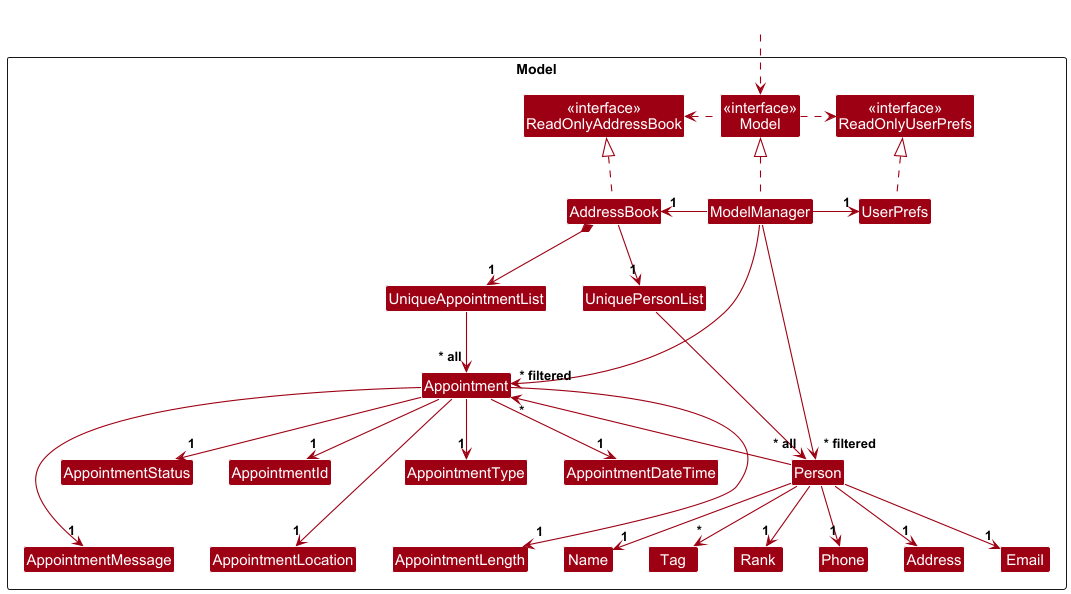
Dumboiroy/tp keeps this PlantUML diagram as docs/images/ModelClassDiagram.png. Above is the earlier version. Its source is kept beside it as docs/diagrams/ModelClassDiagram.puml.
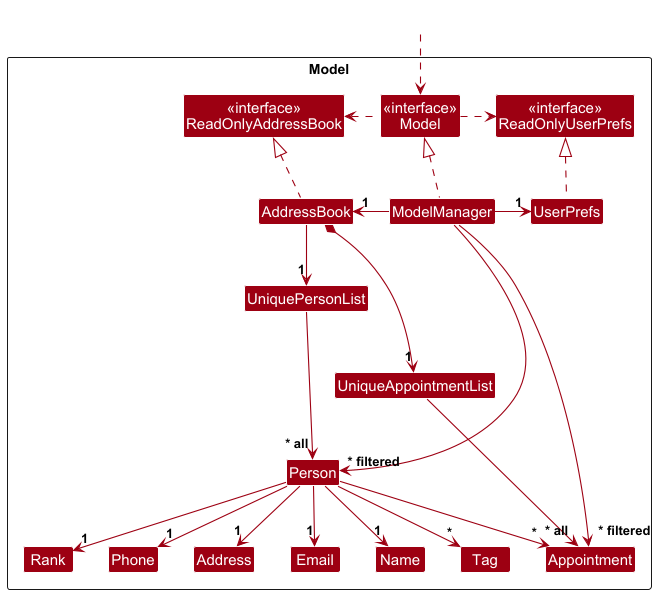
After the change.

What changed in the source:
```diff
@@ -23,13 +23,6 @@
 
 Class UniqueAppointmentList
 Class Appointment
-Class AppointmentId
-Class AppointmentDateTime
-Class AppointmentLength
-Class AppointmentLocation
-Class AppointmentType
-Class AppointmentMessage
-Class AppointmentStatus
 
 Class I #FFFFFF
 }
@@ -67,17 +60,5 @@
 
 AddressBook *--> "1" UniqueAppointmentList
 UniqueAppointmentList --> "~* all" Appointment
-Appointment --> "1"AppointmentStatus
-Appointment --> "1"AppointmentDateTime
-Appointment --> "1"AppointmentLength
-Appointment --> "1"AppointmentId
-Appointment --> "1"AppointmentLocation
-Appointment --> "1"AppointmentType
-Appointment --> "1"AppointmentMessage
-
-AppointmentLocation -[hidden]up-> AppointmentId
-AppointmentMessage -[hidden]up-> AppointmentStatus
-AppointmentLength -[hidden]up-> AppointmentType
-AppointmentDateTime -[hidden]left-> AppointmentStatus
 ModelManager --> "~* filtered" Appointment
 @enduml
```
